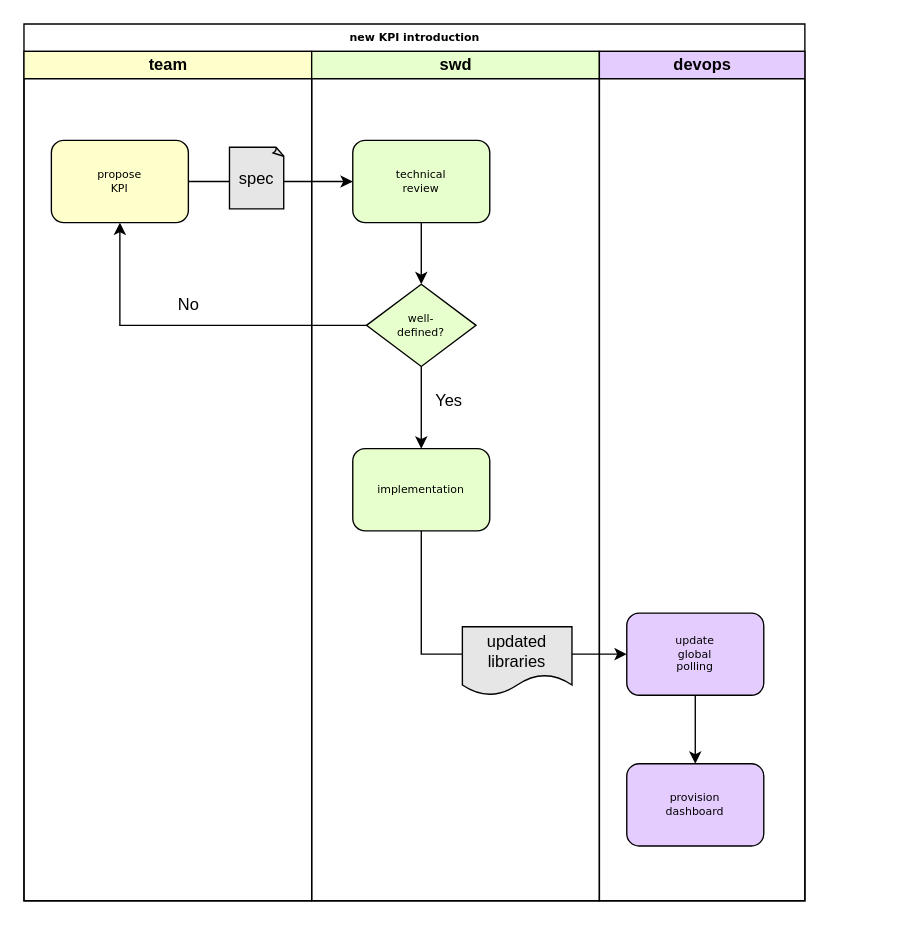
Before: KPI change processes.drawio in erik-geant/misc-diagrams, a draw.io diagram. Source tidied: cells renumbered, new cells numbered last; positions are measured from the earlier drawing's top-left corner, leaving out a move shared by most shapes. Both pictures are drawn from the tidied source at 137%, with x=0, y=0 at pixel (23, 23).
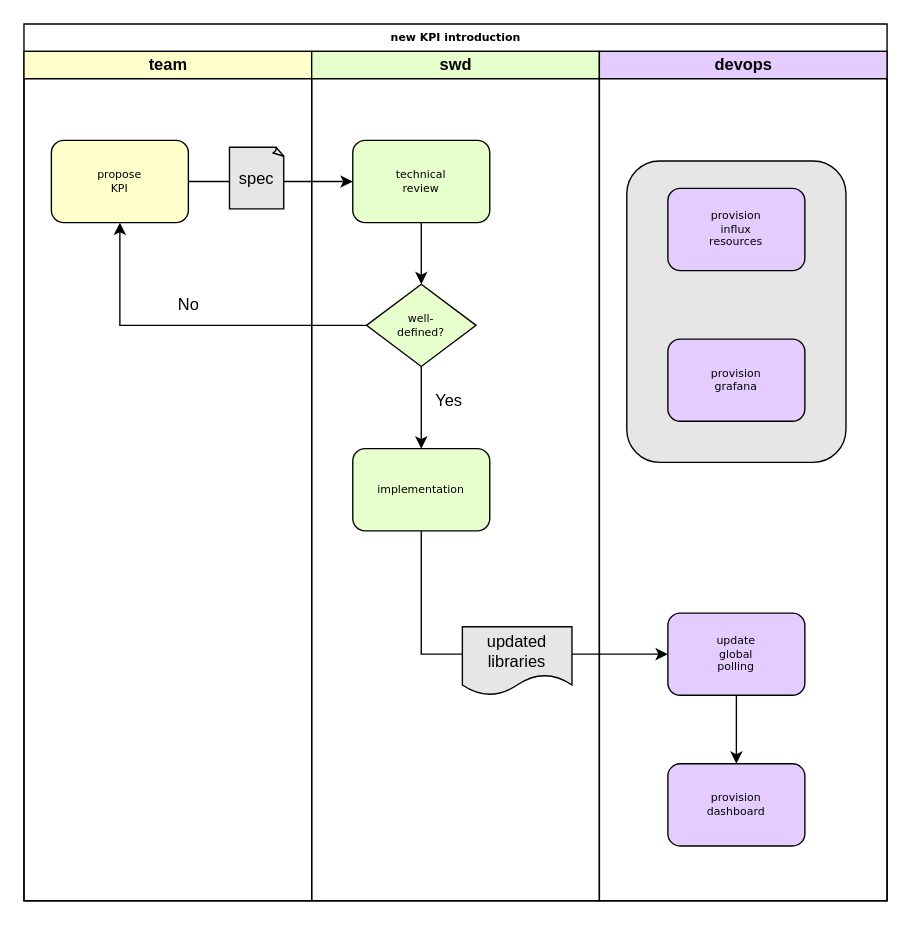
After the change.

Commit message:
influx/grafana

Diff of the diagram source:
```diff
@@
     <mxCell id="2" value="new KPI introduction" style="swimlane;html=1;startSize=20;rounded=0;shadow=0;labelBackgroundColor=none;strokeWidth=1;fontFamily=Verdana;fontSize=8;align=center;" parent="1" vertex="1">
-      <mxGeometry width="570" height="640" as="geometry" />
+      <mxGeometry width="630" height="640" as="geometry" />
     </mxCell>
@@
     <mxCell id="18" value="devops" style="swimlane;html=1;startSize=20;fillColor=#E5CCFF;" parent="2" vertex="1">
-      <mxGeometry x="420" y="20" width="150" height="620" as="geometry" />
+      <mxGeometry x="420" y="20" width="210" height="620" as="geometry" />
     </mxCell>
+    <mxCell id="23" style="rounded=1;whiteSpace=wrap;html=1;shadow=0;labelBackgroundColor=none;strokeWidth=1;fontFamily=Verdana;fontSize=8;align=center;fillColor=#E6E6E6;" parent="18" vertex="1">
+      <mxGeometry x="20" y="80" width="160" height="220" as="geometry" />
+    </mxCell>
@@
     <mxCell id="20" value="update&lt;br&gt;global&lt;br&gt;polling" style="rounded=1;whiteSpace=wrap;html=1;shadow=0;labelBackgroundColor=none;strokeWidth=1;fontFamily=Verdana;fontSize=8;align=center;fillColor=#E5CCFF;" parent="18" vertex="1">
-      <mxGeometry x="20" y="410" width="100" height="60" as="geometry" />
+      <mxGeometry x="50" y="410" width="100" height="60" as="geometry" />
     </mxCell>
     <mxCell id="21" value="provision&lt;br&gt;dashboard" style="rounded=1;whiteSpace=wrap;html=1;shadow=0;labelBackgroundColor=none;strokeWidth=1;fontFamily=Verdana;fontSize=8;align=center;fillColor=#E5CCFF;" parent="18" vertex="1">
-      <mxGeometry x="20" y="520" width="100" height="60" as="geometry" />
+      <mxGeometry x="50" y="520" width="100" height="60" as="geometry" />
     </mxCell>
+    <mxCell id="24" value="provision&lt;br&gt;influx&lt;br&gt;resources" style="rounded=1;whiteSpace=wrap;html=1;shadow=0;labelBackgroundColor=none;strokeWidth=1;fontFamily=Verdana;fontSize=8;align=center;fillColor=#E5CCFF;" parent="18" vertex="1">
+      <mxGeometry x="50" y="100" width="100" height="60" as="geometry" />
+    </mxCell>
+    <mxCell id="25" value="provision&lt;br&gt;grafana" style="rounded=1;whiteSpace=wrap;html=1;shadow=0;labelBackgroundColor=none;strokeWidth=1;fontFamily=Verdana;fontSize=8;align=center;fillColor=#E5CCFF;" parent="18" vertex="1">
+      <mxGeometry x="50" y="210" width="100" height="60" as="geometry" />
+    </mxCell>
```
